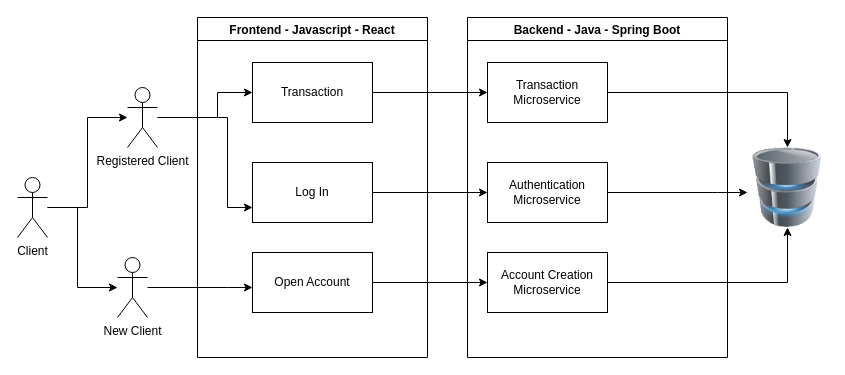
Danyelss/License-Backend-Spring-Boot keeps this draw.io diagram as DrawIo diagrams/UseCase.drawio. Above is the earlier version. Source tidied: cells renumbered, new cells numbered last; positions are measured from the earlier drawing's top-left corner, leaving out a move shared by most shapes. Both pictures are drawn from the tidied source at 100%, with x=0, y=0 at pixel (17, 17).
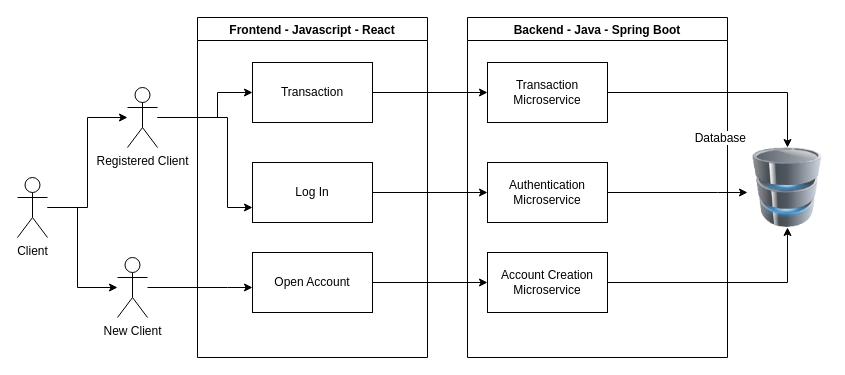
The same diagram, later.

Diff of the diagram source:
```diff
@@
-    <mxCell id="18" style="image;html=1;image=img/lib/clip_art/computers/Database_128x128.png;" parent="1" vertex="1">
+    <mxCell id="18" value="Database" style="image;html=1;image=img/lib/clip_art/computers/Database_128x128.png;labelPosition=left;verticalLabelPosition=top;align=right;verticalAlign=bottom;" parent="1" vertex="1">
       <mxGeometry x="730" y="130" width="80" height="80" as="geometry" />
     </mxCell>
```
